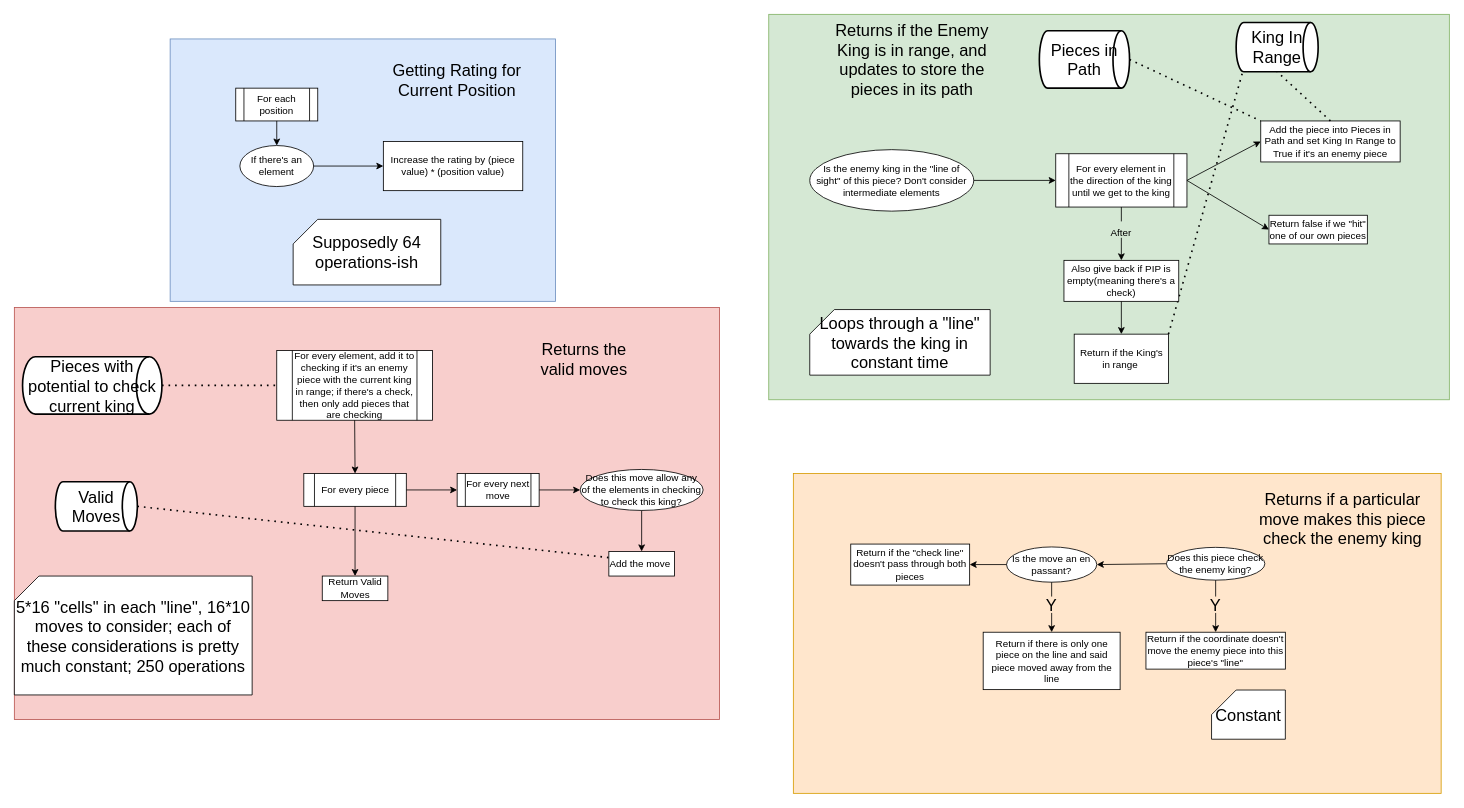
The draw.io diagram page "Moving & Rating" (3 of 3) of bot/Chess_Attempt2_AlgorithmFlowchart.drawio in Trentiumz/Chess, before the edit. Source tidied: cells renumbered, new cells numbered last; positions are measured from the earlier drawing's top-left corner, leaving out a move shared by most shapes. Both pictures are drawn from the tidied source at 82%, with x=0, y=0 at pixel (14, 14).
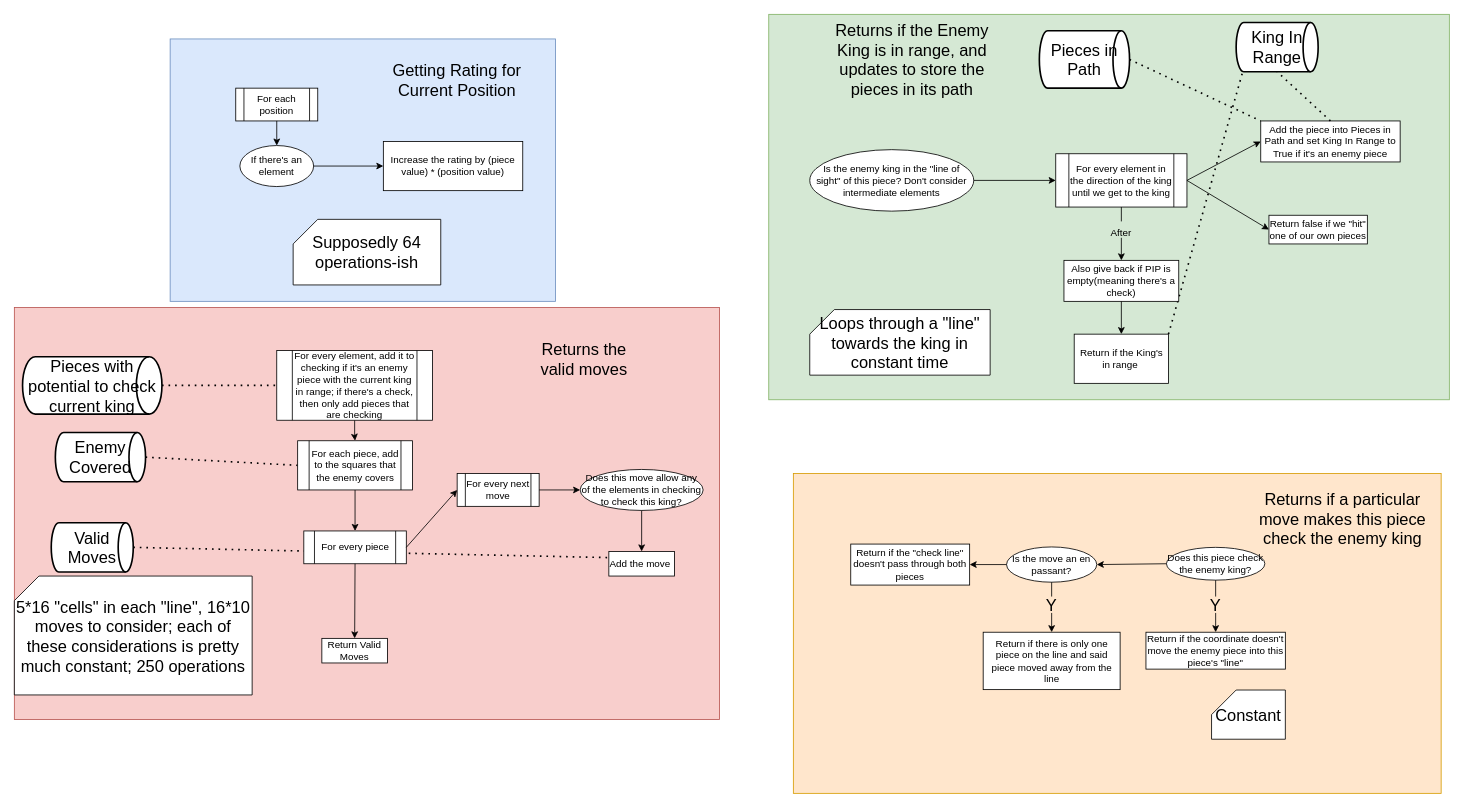
The same diagram, later.

Commit message (it also covers changes not shown here):
Add Attacked Squares

The change refers to these unchanged cells:
```xml
<mxCell id="15" value="For every element, add it to checking if it's an enemy piece with the current king in range; if there's a check, then only add pieces that are checking" style="shape=process;whiteSpace=wrap;html=1;backgroundOutline=1;" parent="1" vertex="1">
  <mxGeometry x="320" y="410" width="190" height="85" as="geometry" />
</mxCell>
```

What changed in the source:
```diff
@@
+    <mxCell id="65" style="edgeStyle=orthogonalEdgeStyle;rounded=0;jettySize=auto;html=1;entryX=0.5;entryY=0;entryDx=0;entryDy=0;" parent="1" edge="1" source="15" target="69">
+      <mxGeometry relative="1" as="geometry" />
+    </mxCell>
@@
     <mxCell id="52" value="For every piece" style="shape=process;whiteSpace=wrap;html=1;backgroundOutline=1;" parent="1" vertex="1">
-      <mxGeometry x="353" y="560" width="125" height="40" as="geometry" />
+      <mxGeometry x="353" y="630" width="125" height="40" as="geometry" />
     </mxCell>
-    <mxCell id="53" style="endArrow=classic;html=1;fontSize=20;exitX=0.5;exitY=1;exitDx=0;exitDy=0;entryX=0.5;entryY=0;entryDx=0;entryDy=0;" parent="1" edge="1" source="15" target="52">
-      <mxGeometry relative="1" as="geometry" />
-    </mxCell>
@@
     <mxCell id="60" value="Valid Moves" style="strokeWidth=2;html=1;shape=mxgraph.flowchart.direct_data;whiteSpace=wrap;fontSize=20;" parent="1" vertex="1">
-      <mxGeometry x="50" y="570" width="100" height="60" as="geometry" />
+      <mxGeometry x="45" y="620" width="100" height="60" as="geometry" />
     </mxCell>
     <mxCell id="61" value="Return Valid Moves" style="rounded=0;whiteSpace=wrap;html=1;" parent="1" vertex="1">
-      <mxGeometry x="375.5" y="685" width="80" height="30" as="geometry" />
+      <mxGeometry x="375" y="761" width="80" height="30" as="geometry" />
     </mxCell>
@@
+    <mxCell id="66" value="Enemy Covered" style="strokeWidth=2;html=1;shape=mxgraph.flowchart.direct_data;whiteSpace=wrap;fontSize=20;" parent="1" vertex="1">
+      <mxGeometry x="50" y="510" width="110" height="60" as="geometry" />
+    </mxCell>
+    <mxCell id="67" style="endArrow=none;dashed=1;html=1;dashPattern=1 3;strokeWidth=2;entryX=0;entryY=0.5;entryDx=0;entryDy=0;exitX=1;exitY=0.5;exitDx=0;exitDy=0;exitPerimeter=0;" parent="1" edge="1" source="66" target="69">
+      <mxGeometry relative="1" as="geometry" />
+    </mxCell>
+    <mxCell id="68" style="edgeStyle=orthogonalEdgeStyle;rounded=0;jettySize=auto;html=1;entryX=0.5;entryY=0;entryDx=0;entryDy=0;" parent="1" edge="1" source="69" target="52">
+      <mxGeometry relative="1" as="geometry" />
+    </mxCell>
+    <mxCell id="69" value="For each piece, add to the squares that the enemy covers" style="shape=process;whiteSpace=wrap;html=1;backgroundOutline=1;" parent="1" vertex="1">
+      <mxGeometry x="345.5" y="520" width="140" height="60" as="geometry" />
+    </mxCell>
```
